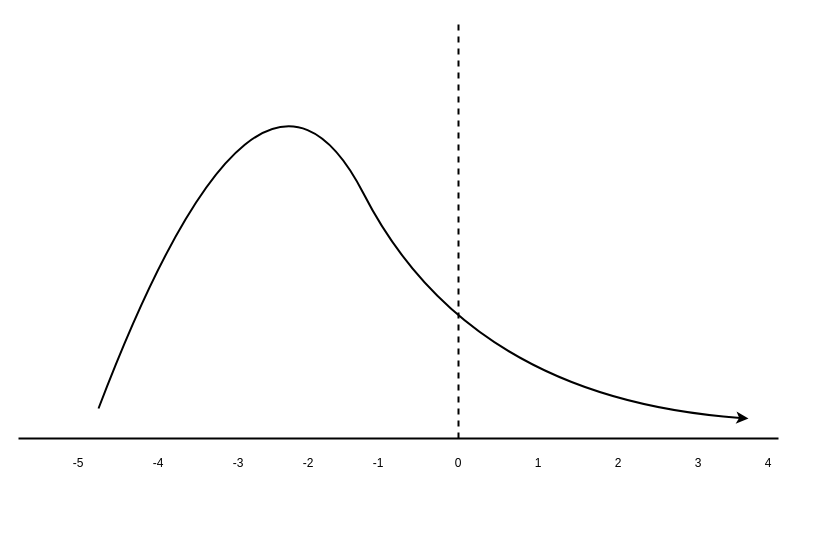
Above: ethereum-research/PoS & value-at-loss.drawio in 0xyicheng/a-research-diagram (draw.io), before the change. Source tidied: cells renumbered, new cells numbered last; positions are measured from the earlier drawing's top-left corner, leaving out a move shared by most shapes. Both pictures are drawn from the tidied source at 100%, with x=0, y=0 at pixel (18, -12).
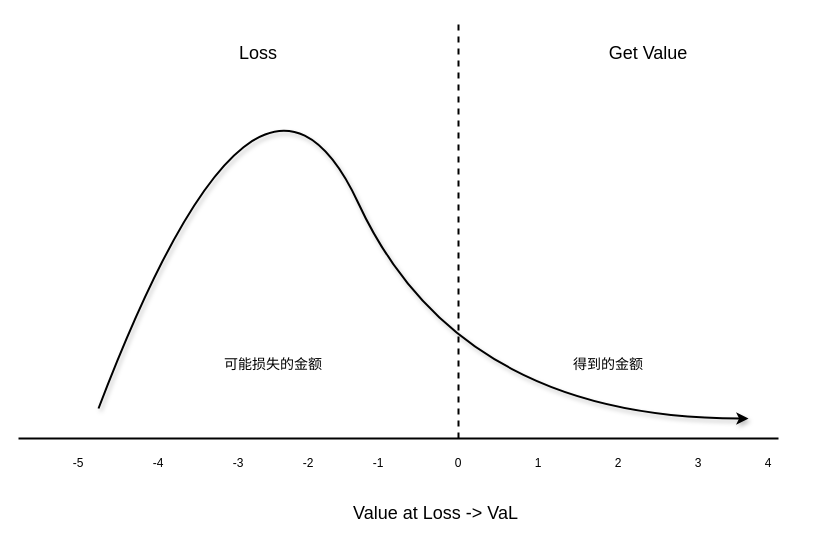
The same diagram, later.

Change to the diagram source:
```diff
@@
-    <mxCell id="3" style="curved=1;endArrow=classic;html=1;rounded=0;strokeWidth=2;" parent="1" edge="1">
+    <mxCell id="3" style="curved=1;endArrow=classic;html=1;rounded=0;strokeWidth=2;shadow=1;sketch=0;" parent="1" edge="1">
       <mxGeometry relative="1" as="geometry">
         <mxPoint x="80" y="420" as="sourcePoint" />
         <mxPoint x="730" y="430" as="targetPoint" />
         <Array as="points">
           <mxPoint x="240" />
-          <mxPoint x="450" y="410" />
+          <mxPoint x="440" y="430" />
         </Array>
       </mxGeometry>
     </mxCell>
@@
+    <mxCell id="15" value="&lt;font style=&quot;font-size: 18px;&quot;&gt;Loss&lt;/font&gt;" style="text;html=1;strokeColor=none;fillColor=none;align=center;verticalAlign=middle;whiteSpace=wrap;rounded=0;" parent="1" vertex="1">
+      <mxGeometry x="210" y="50" width="60" height="30" as="geometry" />
+    </mxCell>
+    <mxCell id="16" value="&lt;font style=&quot;font-size: 18px;&quot;&gt;Get Value&lt;/font&gt;" style="text;html=1;strokeColor=none;fillColor=none;align=center;verticalAlign=middle;whiteSpace=wrap;rounded=0;" parent="1" vertex="1">
+      <mxGeometry x="580" y="50" width="100" height="30" as="geometry" />
+    </mxCell>
+    <mxCell id="17" value="&lt;span style=&quot;font-size: 14px;&quot;&gt;可能损失的金额&lt;/span&gt;" style="text;html=1;strokeColor=none;fillColor=none;align=center;verticalAlign=middle;whiteSpace=wrap;rounded=0;fontSize=18;" parent="1" vertex="1">
+      <mxGeometry x="180" y="370" width="150" height="10" as="geometry" />
+    </mxCell>
+    <mxCell id="18" value="&lt;span style=&quot;font-size: 14px;&quot;&gt;得到的金额&lt;/span&gt;" style="text;html=1;strokeColor=none;fillColor=none;align=center;verticalAlign=middle;whiteSpace=wrap;rounded=0;fontSize=18;" parent="1" vertex="1">
+      <mxGeometry x="540" y="370" width="100" height="10" as="geometry" />
+    </mxCell>
+    <mxCell id="19" value="&lt;span style=&quot;font-size: 18px;&quot;&gt;Value at Loss -&amp;gt; VaL&lt;/span&gt;" style="text;html=1;strokeColor=none;fillColor=none;align=center;verticalAlign=middle;whiteSpace=wrap;rounded=0;" parent="1" vertex="1">
+      <mxGeometry x="320" y="510" width="195" height="30" as="geometry" />
+    </mxCell>
```
